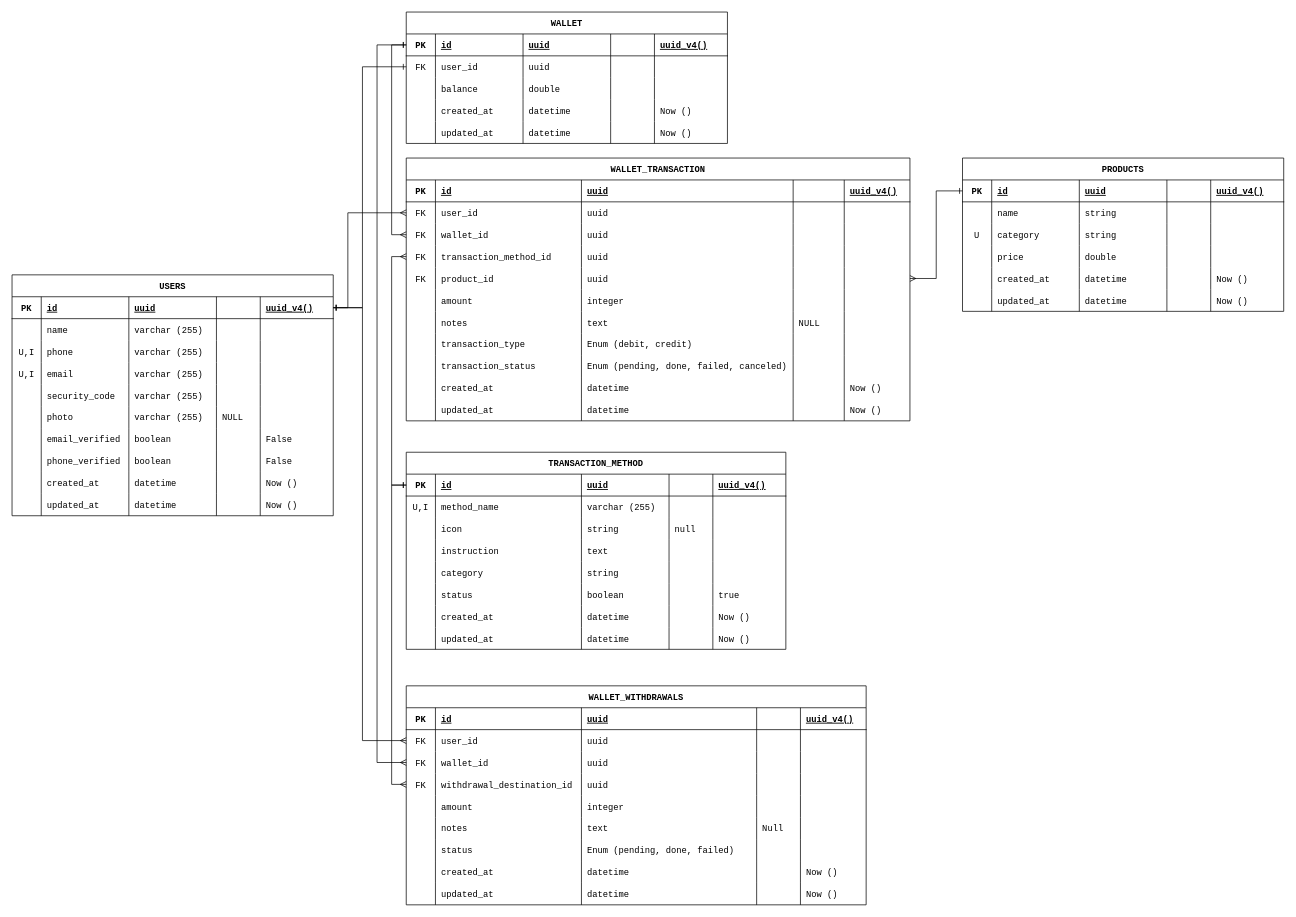
Earlier version of the draw.io diagram page "Schema" (1 of 4) of requirements/Database ERD.drawio (foxxxesky/Final-Projects-Backend-OVO). Source tidied: cells renumbered, new cells numbered last; positions are measured from the earlier drawing's top-left corner, leaving out a move shared by most shapes. Both pictures are drawn from the tidied source at 73%, with x=0, y=0 at pixel (12, 12).
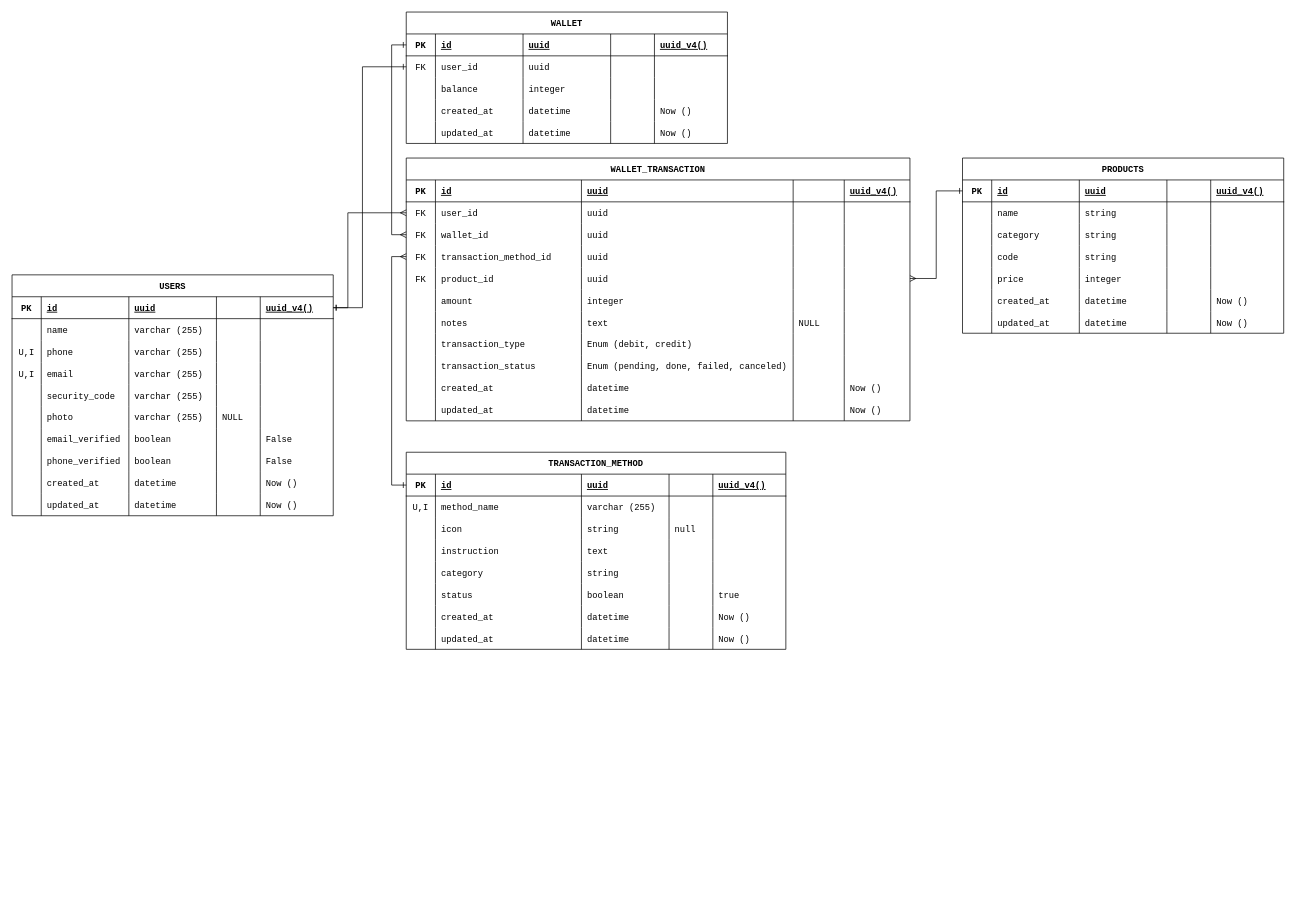
After the change.

The change refers to these unchanged cells:
```xml
<mxCell id="3" style="shape=tableRow;horizontal=0;startSize=0;swimlaneHead=0;swimlaneBody=0;fillColor=none;points=[[0,0.5],[1,0.5]];portConstraint=eastwest;top=0;left=0;right=0;bottom=1;fontFamily=Courier New;" parent="2" vertex="1">
  <mxGeometry y="30" width="440" height="30" as="geometry" />
</mxCell>
<mxCell id="64" style="shape=tableRow;horizontal=0;startSize=0;swimlaneHead=0;swimlaneBody=0;fillColor=none;points=[[0,0.5],[1,0.5]];portConstraint=eastwest;top=0;left=0;right=0;bottom=1;fontFamily=Courier New;" parent="63" vertex="1">
  <mxGeometry y="30" width="440" height="30" as="geometry" />
</mxCell>
<mxCell id="76" style="shape=tableRow;horizontal=0;startSize=0;swimlaneHead=0;swimlaneBody=0;fillColor=none;top=0;left=0;right=0;bottom=0;fontFamily=Courier New;" parent="63" vertex="1">
  <mxGeometry y="90" width="440" height="30" as="geometry" />
</mxCell>
<mxCell id="163" style="shape=tableRow;horizontal=0;startSize=0;swimlaneHead=0;swimlaneBody=0;fillColor=none;points=[[0,0.5],[1,0.5]];portConstraint=eastwest;top=0;left=0;right=0;bottom=1;fontFamily=Courier New;" parent="162" vertex="1">
  <mxGeometry y="30" width="520" height="30" as="geometry" />
</mxCell>
<mxCell id="285" style="shape=tableRow;horizontal=0;startSize=0;swimlaneHead=0;swimlaneBody=0;fillColor=none;top=0;left=0;right=0;bottom=0;fontFamily=Courier New;" parent="272" vertex="1">
  <mxGeometry y="90" width="440" height="30" as="geometry" />
</mxCell>
```

Change to the diagram source:
```diff
@@
-    <mxCell id="79" value="double" style="shape=partialRectangle;fillColor=none;top=0;left=0;bottom=0;right=0;align=left;spacingLeft=6;overflow=hidden;fontFamily=Courier New;" parent="76" vertex="1">
+    <mxCell id="79" value="integer" style="shape=partialRectangle;fillColor=none;top=0;left=0;bottom=0;right=0;align=left;spacingLeft=6;overflow=hidden;fontFamily=Courier New;" parent="76" vertex="1">
       <mxGeometry x="160" width="120" height="30" as="geometry" />
     </mxCell>
@@
-    <mxCell id="214" value="WALLET_WITHDRAWALS" style="shape=table;startSize=30;childLayout=tableLayout;rowLines=0;fontStyle=1;align=center;fontFamily=Courier New;" parent="1" vertex="1">
-      <mxGeometry x="540" y="923" width="630" height="300" as="geometry" />
-    </mxCell>
-    <mxCell id="215" style="shape=tableRow;horizontal=0;startSize=0;swimlaneHead=0;swimlaneBody=0;fillColor=none;top=0;left=0;right=0;bottom=1;fontFamily=Courier New;" parent="214" vertex="1">
-      <mxGeometry y="30" width="630" height="30" as="geometry" />
-    </mxCell>
-    <mxCell id="216" value="PK" style="shape=partialRectangle;fillColor=none;top=0;left=0;bottom=0;right=0;fontStyle=1;overflow=hidden;fontFamily=Courier New;" parent="215" vertex="1">
-      <mxGeometry width="40" height="30" as="geometry" />
-    </mxCell>
-    <mxCell id="217" value="id" style="shape=partialRectangle;fillColor=none;top=0;left=0;bottom=0;right=0;align=left;spacingLeft=6;fontStyle=5;overflow=hidden;fontFamily=Courier New;" parent="215" vertex="1">
-      <mxGeometry x="40" width="200" height="30" as="geometry" />
-    </mxCell>
-    <mxCell id="218" value="uuid" style="shape=partialRectangle;fillColor=none;top=0;left=0;bottom=0;right=0;align=left;spacingLeft=6;fontStyle=5;overflow=hidden;fontFamily=Courier New;" parent="215" vertex="1">
-      <mxGeometry x="240" width="240" height="30" as="geometry" />
-    </mxCell>
-    <mxCell id="219" style="shape=partialRectangle;fillColor=none;top=0;left=0;bottom=0;right=0;align=left;spacingLeft=6;fontStyle=5;overflow=hidden;fontFamily=Courier New;" parent="215" vertex="1">
-      <mxGeometry x="480" width="60" height="30" as="geometry" />
-    </mxCell>
-    <mxCell id="220" value="uuid_v4()" style="shape=partialRectangle;fillColor=none;top=0;left=0;bottom=0;right=0;align=left;spacingLeft=6;fontStyle=5;overflow=hidden;fontFamily=Courier New;" parent="215" vertex="1">
-      <mxGeometry x="540" width="90" height="30" as="geometry" />
-    </mxCell>
-    <mxCell id="221" style="shape=tableRow;horizontal=0;startSize=0;swimlaneHead=0;swimlaneBody=0;fillColor=none;points=[[0,0.5],[1,0.5]];portConstraint=eastwest;top=0;left=0;right=0;bottom=0;fontFamily=Courier New;" parent="214" vertex="1">
-      <mxGeometry y="60" width="630" height="30" as="geometry" />
-    </mxCell>
-    <mxCell id="222" value="FK" style="shape=partialRectangle;fillColor=none;top=0;left=0;bottom=0;right=0;overflow=hidden;fontFamily=Courier New;" parent="221" vertex="1">
-      <mxGeometry width="40" height="30" as="geometry" />
-    </mxCell>
-    <mxCell id="223" value="user_id" style="shape=partialRectangle;fillColor=none;top=0;left=0;bottom=0;right=0;align=left;spacingLeft=6;overflow=hidden;fontFamily=Courier New;" parent="221" vertex="1">
-      <mxGeometry x="40" width="200" height="30" as="geometry" />
-    </mxCell>
-    <mxCell id="224" value="uuid" style="shape=partialRectangle;fillColor=none;top=0;left=0;bottom=0;right=0;align=left;spacingLeft=6;overflow=hidden;fontFamily=Courier New;" parent="221" vertex="1">
-      <mxGeometry x="240" width="240" height="30" as="geometry" />
-    </mxCell>
-    <mxCell id="225" style="shape=partialRectangle;fillColor=none;top=0;left=0;bottom=0;right=0;align=left;spacingLeft=6;overflow=hidden;fontFamily=Courier New;" parent="221" vertex="1">
-      <mxGeometry x="480" width="60" height="30" as="geometry" />
-    </mxCell>
-    <mxCell id="226" style="shape=partialRectangle;fillColor=none;top=0;left=0;bottom=0;right=0;align=left;spacingLeft=6;overflow=hidden;fontFamily=Courier New;" parent="221" vertex="1">
-      <mxGeometry x="540" width="90" height="30" as="geometry" />
-    </mxCell>
-    <mxCell id="227" style="shape=tableRow;horizontal=0;startSize=0;swimlaneHead=0;swimlaneBody=0;fillColor=none;points=[[0,0.5],[1,0.5]];portConstraint=eastwest;top=0;left=0;right=0;bottom=0;fontFamily=Courier New;" parent="214" vertex="1">
-      <mxGeometry y="90" width="630" height="30" as="geometry" />
-    </mxCell>
-    <mxCell id="228" value="FK" style="shape=partialRectangle;fillColor=none;top=0;left=0;bottom=0;right=0;overflow=hidden;fontFamily=Courier New;" parent="227" vertex="1">
-      <mxGeometry width="40" height="30" as="geometry" />
-    </mxCell>
-    <mxCell id="229" value="wallet_id" style="shape=partialRectangle;fillColor=none;top=0;left=0;bottom=0;right=0;align=left;spacingLeft=6;overflow=hidden;fontFamily=Courier New;" parent="227" vertex="1">
-      <mxGeometry x="40" width="200" height="30" as="geometry" />
-    </mxCell>
-    <mxCell id="230" value="uuid" style="shape=partialRectangle;fillColor=none;top=0;left=0;bottom=0;right=0;align=left;spacingLeft=6;overflow=hidden;fontFamily=Courier New;" parent="227" vertex="1">
-      <mxGeometry x="240" width="240" height="30" as="geometry" />
-    </mxCell>
-    <mxCell id="231" style="shape=partialRectangle;fillColor=none;top=0;left=0;bottom=0;right=0;align=left;spacingLeft=6;overflow=hidden;fontFamily=Courier New;" parent="227" vertex="1">
-      <mxGeometry x="480" width="60" height="30" as="geometry" />
-    </mxCell>
-    <mxCell id="232" style="shape=partialRectangle;fillColor=none;top=0;left=0;bottom=0;right=0;align=left;spacingLeft=6;overflow=hidden;fontFamily=Courier New;" parent="227" vertex="1">
-      <mxGeometry x="540" width="90" height="30" as="geometry" />
-    </mxCell>
-    <mxCell id="233" style="shape=tableRow;horizontal=0;startSize=0;swimlaneHead=0;swimlaneBody=0;fillColor=none;points=[[0,0.5],[1,0.5]];portConstraint=eastwest;top=0;left=0;right=0;bottom=0;fontFamily=Courier New;" parent="214" vertex="1">
-      <mxGeometry y="120" width="630" height="30" as="geometry" />
-    </mxCell>
-    <mxCell id="234" value="FK" style="shape=partialRectangle;fillColor=none;top=0;left=0;bottom=0;right=0;overflow=hidden;fontFamily=Courier New;" parent="233" vertex="1">
-      <mxGeometry width="40" height="30" as="geometry" />
-    </mxCell>
-    <mxCell id="235" value="withdrawal_destination_id" style="shape=partialRectangle;fillColor=none;top=0;left=0;bottom=0;right=0;align=left;spacingLeft=6;overflow=hidden;fontFamily=Courier New;" parent="233" vertex="1">
-      <mxGeometry x="40" width="200" height="30" as="geometry" />
-    </mxCell>
-    <mxCell id="236" value="uuid" style="shape=partialRectangle;fillColor=none;top=0;left=0;bottom=0;right=0;align=left;spacingLeft=6;overflow=hidden;fontFamily=Courier New;" parent="233" vertex="1">
-      <mxGeometry x="240" width="240" height="30" as="geometry" />
-    </mxCell>
-    <mxCell id="237" style="shape=partialRectangle;fillColor=none;top=0;left=0;bottom=0;right=0;align=left;spacingLeft=6;overflow=hidden;fontFamily=Courier New;" parent="233" vertex="1">
-      <mxGeometry x="480" width="60" height="30" as="geometry" />
-    </mxCell>
-    <mxCell id="238" style="shape=partialRectangle;fillColor=none;top=0;left=0;bottom=0;right=0;align=left;spacingLeft=6;overflow=hidden;fontFamily=Courier New;" parent="233" vertex="1">
-      <mxGeometry x="540" width="90" height="30" as="geometry" />
-    </mxCell>
-    <mxCell id="239" style="shape=tableRow;horizontal=0;startSize=0;swimlaneHead=0;swimlaneBody=0;fillColor=none;top=0;left=0;right=0;bottom=0;fontFamily=Courier New;" parent="214" vertex="1">
-      <mxGeometry y="150" width="630" height="30" as="geometry" />
-    </mxCell>
-    <mxCell id="240" style="shape=partialRectangle;fillColor=none;top=0;left=0;bottom=0;right=0;overflow=hidden;fontFamily=Courier New;" parent="239" vertex="1">
-      <mxGeometry width="40" height="30" as="geometry" />
-    </mxCell>
-    <mxCell id="241" value="amount" style="shape=partialRectangle;fillColor=none;top=0;left=0;bottom=0;right=0;align=left;spacingLeft=6;overflow=hidden;fontFamily=Courier New;" parent="239" vertex="1">
-      <mxGeometry x="40" width="200" height="30" as="geometry" />
-    </mxCell>
-    <mxCell id="242" value="integer" style="shape=partialRectangle;fillColor=none;top=0;left=0;bottom=0;right=0;align=left;spacingLeft=6;overflow=hidden;fontFamily=Courier New;" parent="239" vertex="1">
-      <mxGeometry x="240" width="240" height="30" as="geometry" />
-    </mxCell>
-    <mxCell id="243" style="shape=partialRectangle;fillColor=none;top=0;left=0;bottom=0;right=0;align=left;spacingLeft=6;overflow=hidden;fontFamily=Courier New;" parent="239" vertex="1">
-      <mxGeometry x="480" width="60" height="30" as="geometry" />
-    </mxCell>
-    <mxCell id="244" style="shape=partialRectangle;fillColor=none;top=0;left=0;bottom=0;right=0;align=left;spacingLeft=6;overflow=hidden;fontFamily=Courier New;" parent="239" vertex="1">
-      <mxGeometry x="540" width="90" height="30" as="geometry" />
-    </mxCell>
-    <mxCell id="245" style="shape=tableRow;horizontal=0;startSize=0;swimlaneHead=0;swimlaneBody=0;fillColor=none;top=0;left=0;right=0;bottom=0;fontFamily=Courier New;" parent="214" vertex="1">
-      <mxGeometry y="180" width="630" height="30" as="geometry" />
-    </mxCell>
-    <mxCell id="246" style="shape=partialRectangle;fillColor=none;top=0;left=0;bottom=0;right=0;overflow=hidden;fontFamily=Courier New;" parent="245" vertex="1">
-      <mxGeometry width="40" height="30" as="geometry" />
-    </mxCell>
-    <mxCell id="247" value="notes" style="shape=partialRectangle;fillColor=none;top=0;left=0;bottom=0;right=0;align=left;spacingLeft=6;overflow=hidden;fontFamily=Courier New;" parent="245" vertex="1">
-      <mxGeometry x="40" width="200" height="30" as="geometry" />
-    </mxCell>
-    <mxCell id="248" value="text" style="shape=partialRectangle;fillColor=none;top=0;left=0;bottom=0;right=0;align=left;spacingLeft=6;overflow=hidden;fontFamily=Courier New;" parent="245" vertex="1">
-      <mxGeometry x="240" width="240" height="30" as="geometry" />
-    </mxCell>
-    <mxCell id="249" value="Null" style="shape=partialRectangle;fillColor=none;top=0;left=0;bottom=0;right=0;align=left;spacingLeft=6;overflow=hidden;fontFamily=Courier New;" parent="245" vertex="1">
-      <mxGeometry x="480" width="60" height="30" as="geometry" />
-    </mxCell>
-    <mxCell id="250" style="shape=partialRectangle;fillColor=none;top=0;left=0;bottom=0;right=0;align=left;spacingLeft=6;overflow=hidden;fontFamily=Courier New;" parent="245" vertex="1">
-      <mxGeometry x="540" width="90" height="30" as="geometry" />
-    </mxCell>
-    <mxCell id="251" style="shape=tableRow;horizontal=0;startSize=0;swimlaneHead=0;swimlaneBody=0;fillColor=none;top=0;left=0;right=0;bottom=0;fontFamily=Courier New;" parent="214" vertex="1">
-      <mxGeometry y="210" width="630" height="30" as="geometry" />
-    </mxCell>
-    <mxCell id="252" style="shape=partialRectangle;fillColor=none;top=0;left=0;bottom=0;right=0;overflow=hidden;fontFamily=Courier New;" parent="251" vertex="1">
-      <mxGeometry width="40" height="30" as="geometry" />
-    </mxCell>
-    <mxCell id="253" value="status" style="shape=partialRectangle;fillColor=none;top=0;left=0;bottom=0;right=0;align=left;spacingLeft=6;overflow=hidden;fontFamily=Courier New;" parent="251" vertex="1">
-      <mxGeometry x="40" width="200" height="30" as="geometry" />
-    </mxCell>
-    <mxCell id="254" value="Enum (pending, done, failed)" style="shape=partialRectangle;fillColor=none;top=0;left=0;bottom=0;right=0;align=left;spacingLeft=6;overflow=hidden;fontFamily=Courier New;" parent="251" vertex="1">
-      <mxGeometry x="240" width="240" height="30" as="geometry" />
-    </mxCell>
-    <mxCell id="255" style="shape=partialRectangle;fillColor=none;top=0;left=0;bottom=0;right=0;align=left;spacingLeft=6;overflow=hidden;fontFamily=Courier New;" parent="251" vertex="1">
-      <mxGeometry x="480" width="60" height="30" as="geometry" />
-    </mxCell>
-    <mxCell id="256" style="shape=partialRectangle;fillColor=none;top=0;left=0;bottom=0;right=0;align=left;spacingLeft=6;overflow=hidden;fontFamily=Courier New;" parent="251" vertex="1">
-      <mxGeometry x="540" width="90" height="30" as="geometry" />
-    </mxCell>
-    <mxCell id="257" style="shape=tableRow;horizontal=0;startSize=0;swimlaneHead=0;swimlaneBody=0;fillColor=none;top=0;left=0;right=0;bottom=0;fontFamily=Courier New;" parent="214" vertex="1">
-      <mxGeometry y="240" width="630" height="30" as="geometry" />
-    </mxCell>
-    <mxCell id="258" style="shape=partialRectangle;fillColor=none;top=0;left=0;bottom=0;right=0;overflow=hidden;fontFamily=Courier New;" parent="257" vertex="1">
-      <mxGeometry width="40" height="30" as="geometry" />
-    </mxCell>
-    <mxCell id="259" value="created_at" style="shape=partialRectangle;fillColor=none;top=0;left=0;bottom=0;right=0;align=left;spacingLeft=6;overflow=hidden;fontFamily=Courier New;" parent="257" vertex="1">
-      <mxGeometry x="40" width="200" height="30" as="geometry" />
-    </mxCell>
-    <mxCell id="260" value="datetime" style="shape=partialRectangle;fillColor=none;top=0;left=0;bottom=0;right=0;align=left;spacingLeft=6;overflow=hidden;fontFamily=Courier New;" parent="257" vertex="1">
-      <mxGeometry x="240" width="240" height="30" as="geometry" />
-    </mxCell>
-    <mxCell id="261" style="shape=partialRectangle;fillColor=none;top=0;left=0;bottom=0;right=0;align=left;spacingLeft=6;overflow=hidden;fontFamily=Courier New;" parent="257" vertex="1">
-      <mxGeometry x="480" width="60" height="30" as="geometry" />
-    </mxCell>
-    <mxCell id="262" value="Now ()" style="shape=partialRectangle;fillColor=none;top=0;left=0;bottom=0;right=0;align=left;spacingLeft=6;overflow=hidden;fontFamily=Courier New;" parent="257" vertex="1">
-      <mxGeometry x="540" width="90" height="30" as="geometry" />
-    </mxCell>
-    <mxCell id="263" style="shape=tableRow;horizontal=0;startSize=0;swimlaneHead=0;swimlaneBody=0;fillColor=none;top=0;left=0;right=0;bottom=0;fontFamily=Courier New;" parent="214" vertex="1">
-      <mxGeometry y="270" width="630" height="30" as="geometry" />
-    </mxCell>
-    <mxCell id="264" style="shape=partialRectangle;fillColor=none;top=0;left=0;bottom=0;right=0;overflow=hidden;fontFamily=Courier New;" parent="263" vertex="1">
-      <mxGeometry width="40" height="30" as="geometry" />
-    </mxCell>
-    <mxCell id="265" value="updated_at" style="shape=partialRectangle;fillColor=none;top=0;left=0;bottom=0;right=0;align=left;spacingLeft=6;overflow=hidden;fontFamily=Courier New;" parent="263" vertex="1">
-      <mxGeometry x="40" width="200" height="30" as="geometry" />
-    </mxCell>
-    <mxCell id="266" value="datetime" style="shape=partialRectangle;fillColor=none;top=0;left=0;bottom=0;right=0;align=left;spacingLeft=6;overflow=hidden;fontFamily=Courier New;" parent="263" vertex="1">
-      <mxGeometry x="240" width="240" height="30" as="geometry" />
-    </mxCell>
-    <mxCell id="267" style="shape=partialRectangle;fillColor=none;top=0;left=0;bottom=0;right=0;align=left;spacingLeft=6;overflow=hidden;fontFamily=Courier New;" parent="263" vertex="1">
-      <mxGeometry x="480" width="60" height="30" as="geometry" />
-    </mxCell>
-    <mxCell id="268" value="Now ()" style="shape=partialRectangle;fillColor=none;top=0;left=0;bottom=0;right=0;align=left;spacingLeft=6;overflow=hidden;fontFamily=Courier New;" parent="263" vertex="1">
-      <mxGeometry x="540" width="90" height="30" as="geometry" />
-    </mxCell>
-    <mxCell id="269" style="edgeStyle=orthogonalEdgeStyle;html=1;entryX=0;entryY=0.5;entryDx=0;entryDy=0;startArrow=ERone;startFill=0;endArrow=ERmany;endFill=0;rounded=0;" parent="1" edge="1" source="3" target="221">
-      <mxGeometry relative="1" as="geometry">
-        <Array as="points">
-          <mxPoint x="480" y="405" />
-          <mxPoint x="480" y="998" />
-        </Array>
-      </mxGeometry>
-    </mxCell>
-    <mxCell id="270" style="edgeStyle=orthogonalEdgeStyle;rounded=0;html=1;entryX=0;entryY=0.5;entryDx=0;entryDy=0;startArrow=ERone;startFill=0;endArrow=ERmany;endFill=0;" parent="1" edge="1" source="64" target="227">
-      <mxGeometry relative="1" as="geometry">
-        <Array as="points">
-          <mxPoint x="500" y="45" />
-          <mxPoint x="500" y="1028" />
-        </Array>
-      </mxGeometry>
-    </mxCell>
-    <mxCell id="271" style="edgeStyle=orthogonalEdgeStyle;rounded=0;html=1;entryX=0;entryY=0.5;entryDx=0;entryDy=0;startArrow=ERone;startFill=0;endArrow=ERmany;endFill=0;" parent="1" edge="1" source="163" target="233">
-      <mxGeometry relative="1" as="geometry">
-        <Array as="points">
-          <mxPoint x="520" y="648" />
-          <mxPoint x="520" y="1058" />
-        </Array>
-      </mxGeometry>
-    </mxCell>
     <mxCell id="272" value="PRODUCTS" style="shape=table;startSize=30;childLayout=tableLayout;rowLines=0;fontStyle=1;align=center;fontFamily=Courier New;" parent="1" vertex="1">
-      <mxGeometry x="1302" y="200" width="440" height="210" as="geometry" />
+      <mxGeometry x="1302" y="200" width="440" height="240" as="geometry" />
     </mxCell>
@@
-    <mxCell id="286" value="U" style="shape=partialRectangle;fillColor=none;top=0;left=0;bottom=0;right=0;overflow=hidden;fontFamily=Courier New;" parent="285" vertex="1">
+    <mxCell id="286" style="shape=partialRectangle;fillColor=none;top=0;left=0;bottom=0;right=0;overflow=hidden;fontFamily=Courier New;" parent="285" vertex="1">
       <mxGeometry width="40" height="30" as="geometry" />
     </mxCell>
@@
+    <mxCell id="310" style="shape=tableRow;horizontal=0;startSize=0;swimlaneHead=0;swimlaneBody=0;fillColor=none;top=0;left=0;right=0;bottom=0;fontFamily=Courier New;" parent="272" vertex="1">
+      <mxGeometry y="120" width="440" height="30" as="geometry" />
+    </mxCell>
+    <mxCell id="311" style="shape=partialRectangle;fillColor=none;top=0;left=0;bottom=0;right=0;overflow=hidden;fontFamily=Courier New;" parent="310" vertex="1">
+      <mxGeometry width="40" height="30" as="geometry" />
+    </mxCell>
+    <mxCell id="312" value="code" style="shape=partialRectangle;fillColor=none;top=0;left=0;bottom=0;right=0;align=left;spacingLeft=6;overflow=hidden;fontFamily=Courier New;" parent="310" vertex="1">
+      <mxGeometry x="40" width="120" height="30" as="geometry" />
+    </mxCell>
+    <mxCell id="313" value="string" style="shape=partialRectangle;fillColor=none;top=0;left=0;bottom=0;right=0;align=left;spacingLeft=6;overflow=hidden;fontFamily=Courier New;" parent="310" vertex="1">
+      <mxGeometry x="160" width="120" height="30" as="geometry" />
+    </mxCell>
+    <mxCell id="314" style="shape=partialRectangle;fillColor=none;top=0;left=0;bottom=0;right=0;align=left;spacingLeft=6;overflow=hidden;fontFamily=Courier New;" parent="310" vertex="1">
+      <mxGeometry x="280" width="60" height="30" as="geometry" />
+    </mxCell>
+    <mxCell id="315" style="shape=partialRectangle;fillColor=none;top=0;left=0;bottom=0;right=0;align=left;spacingLeft=6;overflow=hidden;fontFamily=Courier New;" parent="310" vertex="1">
+      <mxGeometry x="340" width="100" height="30" as="geometry" />
+    </mxCell>
     <mxCell id="291" style="shape=tableRow;horizontal=0;startSize=0;swimlaneHead=0;swimlaneBody=0;fillColor=none;top=0;left=0;right=0;bottom=0;fontFamily=Courier New;" parent="272" vertex="1">
-      <mxGeometry y="120" width="440" height="30" as="geometry" />
+      <mxGeometry y="150" width="440" height="30" as="geometry" />
     </mxCell>
@@
-    <mxCell id="294" value="double" style="shape=partialRectangle;fillColor=none;top=0;left=0;bottom=0;right=0;align=left;spacingLeft=6;overflow=hidden;fontFamily=Courier New;" parent="291" vertex="1">
+    <mxCell id="294" value="integer" style="shape=partialRectangle;fillColor=none;top=0;left=0;bottom=0;right=0;align=left;spacingLeft=6;overflow=hidden;fontFamily=Courier New;" parent="291" vertex="1">
       <mxGeometry x="160" width="120" height="30" as="geometry" />
     </mxCell>
@@
     <mxCell id="297" style="shape=tableRow;horizontal=0;startSize=0;swimlaneHead=0;swimlaneBody=0;fillColor=none;top=0;left=0;right=0;bottom=0;fontFamily=Courier New;" parent="272" vertex="1">
-      <mxGeometry y="150" width="440" height="30" as="geometry" />
+      <mxGeometry y="180" width="440" height="30" as="geometry" />
     </mxCell>
@@
     <mxCell id="303" style="shape=tableRow;horizontal=0;startSize=0;swimlaneHead=0;swimlaneBody=0;fillColor=none;top=0;left=0;right=0;bottom=0;fontFamily=Courier New;" parent="272" vertex="1">
-      <mxGeometry y="180" width="440" height="30" as="geometry" />
+      <mxGeometry y="210" width="440" height="30" as="geometry" />
     </mxCell>
```
